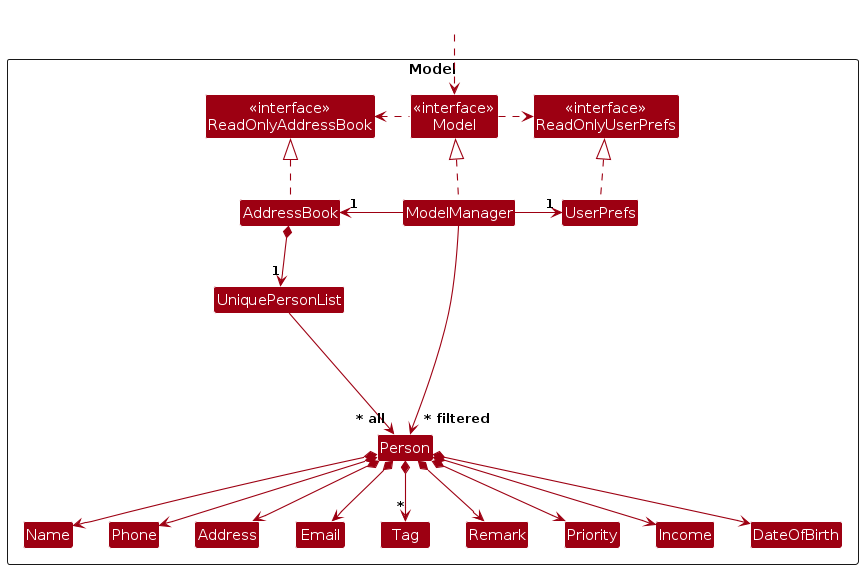
AY2425S1-CS2103T-F14b-1/tp keeps this PlantUML diagram as diagrams/ModelClassDiagram.png. Above is the earlier version. Its source is kept beside it as diagrams/ModelClassDiagram.puml. The source it was exported from:
```plantuml
@startuml
!include style.puml
skinparam arrowThickness 1.1
skinparam arrowColor MODEL_COLOR
skinparam classBackgroundColor MODEL_COLOR

Package Model as ModelPackage <<Rectangle>>{
Class "<<interface>>\nReadOnlyAddressBook" as ReadOnlyAddressBook
Class "<<interface>>\nReadOnlyUserPrefs" as ReadOnlyUserPrefs
Class "<<interface>>\nModel" as Model
Class AddressBook
Class ModelManager
Class UserPrefs

Class UniquePersonList
Class Person
Class Address
Class Email
Class Name
Class Phone
Class Tag
Class Remark
Class Priority
Class Income
Class DateOfBirth

Class I #FFFFFF
}

Class HiddenOutside #FFFFFF
HiddenOutside ..> Model

AddressBook .up.|> ReadOnlyAddressBook

ModelManager .up.|> Model
Model .right.> ReadOnlyUserPrefs
Model .left.> ReadOnlyAddressBook
ModelManager -left-> "1" AddressBook
ModelManager -right-> "1" UserPrefs
UserPrefs .up.|> ReadOnlyUserPrefs

AddressBook *--> "1" UniquePersonList
UniquePersonList --> "~* all" Person
Person *--> Name
Person *--> Phone
Person *--> Email
Person *--> Address
Person *--> "*" Tag
Person *--> Remark
Person *--> Priority
Person *--> Income
Person *--> DateOfBirth

Person -[hidden]up--> I
UniquePersonList -[hidden]right-> I

Name -[hidden]right-> Phone
Phone -[hidden]right-> Address
Address -[hidden]right-> Email

ModelManager --> "~* filtered" Person
@enduml
```
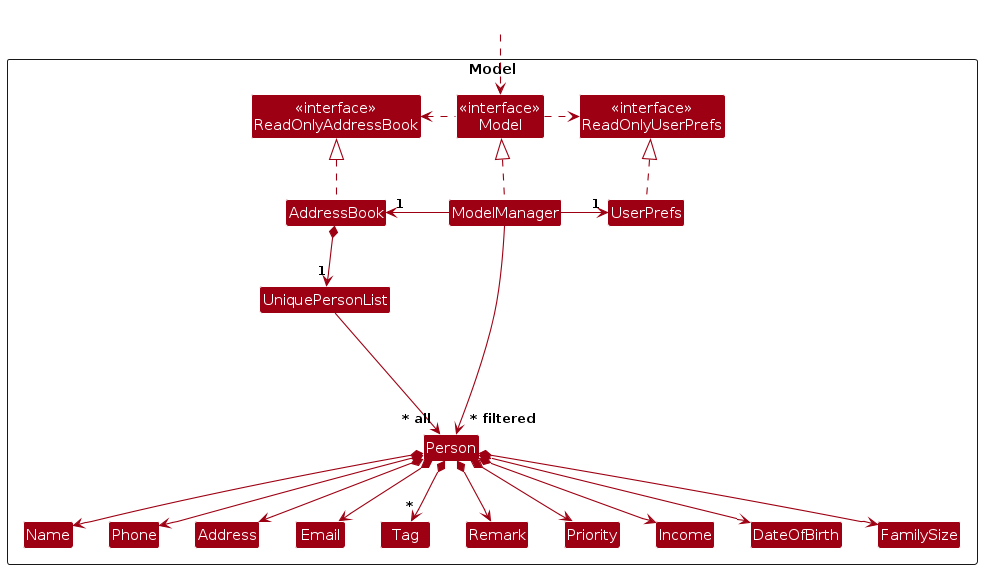
Above is the later version.

Change to the diagram source:
```diff
@@ -23,6 +23,7 @@
 Class Priority
 Class Income
 Class DateOfBirth
+Class FamilySize
 
 Class I #FFFFFF
 }
@@ -50,6 +51,7 @@
 Person *--> Priority
 Person *--> Income
 Person *--> DateOfBirth
+Person *--> FamilySize
 
 Person -[hidden]up--> I
 UniquePersonList -[hidden]right-> I
```
